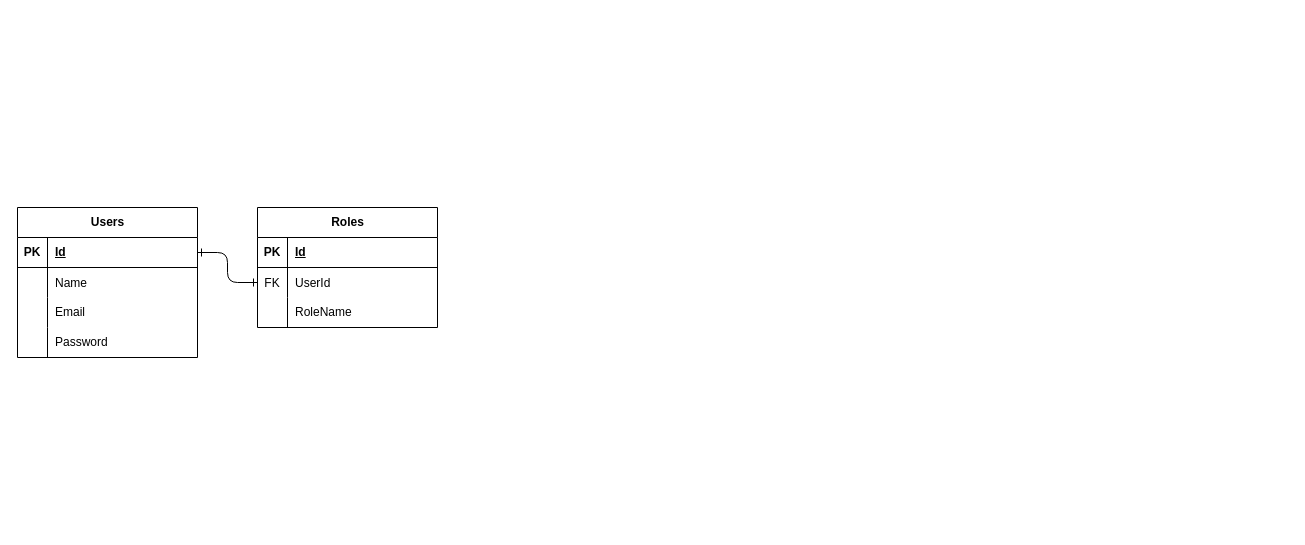
BleuSkell/windkracht12 keeps this draw.io diagram as database/erd.drawio. Above is the earlier version. Source tidied: cells renumbered, new cells numbered last; positions are measured from the earlier drawing's top-left corner, leaving out a move shared by most shapes. Both pictures are drawn from the tidied source at 100%, with x=0, y=0 at pixel (17, 207).
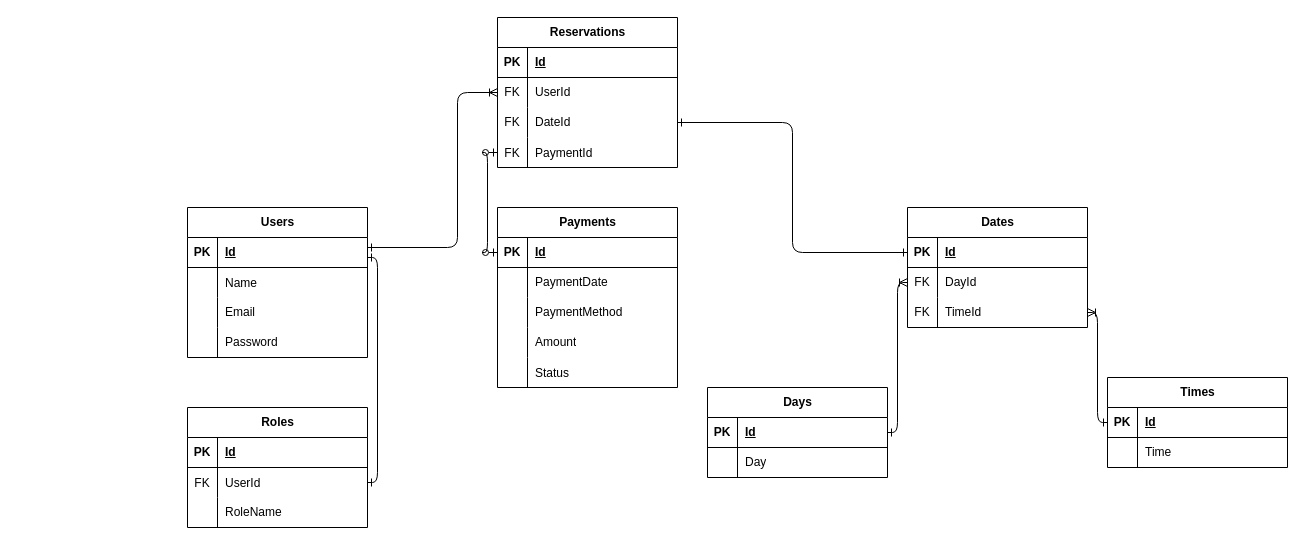
The same diagram, later.

Commit message:
erd finished

Unchanged cells that the change refers to:
```xml
<mxCell id="3" style="shape=tableRow;horizontal=0;startSize=0;swimlaneHead=0;swimlaneBody=0;fillColor=none;points=[[0,0.5],[1,0.5]];portConstraint=eastwest;top=0;left=0;right=0;bottom=1;" parent="2" vertex="1">
  <mxGeometry y="30" width="180" height="30" as="geometry" />
</mxCell>
<mxCell id="19" style="shape=tableRow;horizontal=0;startSize=0;swimlaneHead=0;swimlaneBody=0;fillColor=none;points=[[0,0.5],[1,0.5]];portConstraint=eastwest;top=0;left=0;right=0;bottom=0;" parent="15" vertex="1">
  <mxGeometry y="60" width="180" height="30" as="geometry" />
</mxCell>
```

Diff of the diagram source:
```diff
@@
     <mxCell id="2" value="Users" style="shape=table;startSize=30;childLayout=tableLayout;rowLines=0;fontStyle=1;align=center;html=1;" parent="1" vertex="1">
-      <mxGeometry width="180" height="150" as="geometry" />
+      <mxGeometry x="170" width="180" height="150" as="geometry" />
     </mxCell>
@@
     <mxCell id="15" value="Roles" style="shape=table;startSize=30;childLayout=tableLayout;rowLines=0;fontStyle=1;align=center;html=1;" parent="1" vertex="1">
-      <mxGeometry x="240" width="180" height="120" as="geometry" />
+      <mxGeometry x="170" y="200" width="180" height="120" as="geometry" />
     </mxCell>
@@
     <mxCell id="25" style="edgeStyle=orthogonalEdgeStyle;html=1;startArrow=ERone;startFill=0;endArrow=ERone;endFill=0;" parent="1" edge="1" source="3" target="19">
-      <mxGeometry relative="1" as="geometry" />
+      <mxGeometry relative="1" as="geometry">
+        <Array as="points">
+          <mxPoint x="360" y="50" />
+          <mxPoint x="360" y="275" />
+        </Array>
+      </mxGeometry>
     </mxCell>
+    <mxCell id="26" value="Reservations" style="shape=table;startSize=30;childLayout=tableLayout;rowLines=0;fontStyle=1;align=center;html=1;" parent="1" vertex="1">
+      <mxGeometry x="480" y="-190" width="180" height="150" as="geometry" />
+    </mxCell>
+    <mxCell id="27" style="shape=tableRow;horizontal=0;startSize=0;swimlaneHead=0;swimlaneBody=0;fillColor=none;top=0;left=0;right=0;bottom=1;" parent="26" vertex="1">
+      <mxGeometry y="30" width="180" height="30" as="geometry" />
+    </mxCell>
+    <mxCell id="28" value="PK" style="shape=partialRectangle;fillColor=none;top=0;left=0;bottom=0;right=0;fontStyle=1;overflow=hidden;whiteSpace=wrap;html=1;" parent="27" vertex="1">
+      <mxGeometry width="30" height="30" as="geometry" />
+    </mxCell>
+    <mxCell id="29" value="Id" style="shape=partialRectangle;fillColor=none;top=0;left=0;bottom=0;right=0;align=left;spacingLeft=6;fontStyle=5;overflow=hidden;whiteSpace=wrap;html=1;" parent="27" vertex="1">
+      <mxGeometry x="30" width="150" height="30" as="geometry" />
+    </mxCell>
+    <mxCell id="30" style="shape=tableRow;horizontal=0;startSize=0;swimlaneHead=0;swimlaneBody=0;fillColor=none;points=[[0,0.5],[1,0.5]];portConstraint=eastwest;top=0;left=0;right=0;bottom=0;" parent="26" vertex="1">
+      <mxGeometry y="60" width="180" height="30" as="geometry" />
+    </mxCell>
+    <mxCell id="31" value="FK" style="shape=partialRectangle;fillColor=none;top=0;left=0;bottom=0;right=0;overflow=hidden;whiteSpace=wrap;html=1;" parent="30" vertex="1">
+      <mxGeometry width="30" height="30" as="geometry" />
+    </mxCell>
+    <mxCell id="32" value="UserId" style="shape=partialRectangle;fillColor=none;top=0;left=0;bottom=0;right=0;align=left;spacingLeft=6;overflow=hidden;whiteSpace=wrap;html=1;" parent="30" vertex="1">
+      <mxGeometry x="30" width="150" height="30" as="geometry" />
+    </mxCell>
+    <mxCell id="33" style="shape=tableRow;horizontal=0;startSize=0;swimlaneHead=0;swimlaneBody=0;fillColor=none;points=[[0,0.5],[1,0.5]];portConstraint=eastwest;top=0;left=0;right=0;bottom=0;" parent="26" vertex="1">
+      <mxGeometry y="90" width="180" height="30" as="geometry" />
+    </mxCell>
+    <mxCell id="34" value="FK" style="shape=partialRectangle;fillColor=none;top=0;left=0;bottom=0;right=0;overflow=hidden;whiteSpace=wrap;html=1;" parent="33" vertex="1">
+      <mxGeometry width="30" height="30" as="geometry" />
+    </mxCell>
+    <mxCell id="35" value="DateId" style="shape=partialRectangle;fillColor=none;top=0;left=0;bottom=0;right=0;align=left;spacingLeft=6;overflow=hidden;whiteSpace=wrap;html=1;" parent="33" vertex="1">
+      <mxGeometry x="30" width="150" height="30" as="geometry" />
+    </mxCell>
+    <mxCell id="36" style="shape=tableRow;horizontal=0;startSize=0;swimlaneHead=0;swimlaneBody=0;fillColor=none;points=[[0,0.5],[1,0.5]];portConstraint=eastwest;top=0;left=0;right=0;bottom=0;" parent="26" vertex="1">
+      <mxGeometry y="120" width="180" height="30" as="geometry" />
+    </mxCell>
+    <mxCell id="37" value="FK" style="shape=partialRectangle;fillColor=none;top=0;left=0;bottom=0;right=0;overflow=hidden;" parent="36" vertex="1">
+      <mxGeometry width="30" height="30" as="geometry" />
+    </mxCell>
+    <mxCell id="38" value="PaymentId" style="shape=partialRectangle;fillColor=none;top=0;left=0;bottom=0;right=0;align=left;spacingLeft=6;overflow=hidden;" parent="36" vertex="1">
+      <mxGeometry x="30" width="150" height="30" as="geometry" />
+    </mxCell>
+    <mxCell id="39" value="Days" style="shape=table;startSize=30;childLayout=tableLayout;rowLines=0;fontStyle=1;align=center;html=1;" parent="1" vertex="1">
+      <mxGeometry x="690" y="180" width="180" height="90" as="geometry" />
+    </mxCell>
+    <mxCell id="40" style="shape=tableRow;horizontal=0;startSize=0;swimlaneHead=0;swimlaneBody=0;fillColor=none;points=[[0,0.5],[1,0.5]];portConstraint=eastwest;top=0;left=0;right=0;bottom=1;" parent="39" vertex="1">
+      <mxGeometry y="30" width="180" height="30" as="geometry" />
+    </mxCell>
+    <mxCell id="41" value="PK" style="shape=partialRectangle;fillColor=none;top=0;left=0;bottom=0;right=0;fontStyle=1;overflow=hidden;whiteSpace=wrap;html=1;" parent="40" vertex="1">
+      <mxGeometry width="30" height="30" as="geometry" />
+    </mxCell>
+    <mxCell id="42" value="Id" style="shape=partialRectangle;fillColor=none;top=0;left=0;bottom=0;right=0;align=left;spacingLeft=6;fontStyle=5;overflow=hidden;whiteSpace=wrap;html=1;" parent="40" vertex="1">
+      <mxGeometry x="30" width="150" height="30" as="geometry" />
+    </mxCell>
+    <mxCell id="43" style="shape=tableRow;horizontal=0;startSize=0;swimlaneHead=0;swimlaneBody=0;fillColor=none;top=0;left=0;right=0;bottom=0;" parent="39" vertex="1">
+      <mxGeometry y="60" width="180" height="30" as="geometry" />
+    </mxCell>
+    <mxCell id="44" style="shape=partialRectangle;fillColor=none;top=0;left=0;bottom=0;right=0;overflow=hidden;whiteSpace=wrap;html=1;" parent="43" vertex="1">
+      <mxGeometry width="30" height="30" as="geometry" />
+    </mxCell>
+    <mxCell id="45" value="Day" style="shape=partialRectangle;fillColor=none;top=0;left=0;bottom=0;right=0;align=left;spacingLeft=6;overflow=hidden;whiteSpace=wrap;html=1;" parent="43" vertex="1">
+      <mxGeometry x="30" width="150" height="30" as="geometry" />
+    </mxCell>
+    <mxCell id="46" style="edgeStyle=orthogonalEdgeStyle;html=1;startArrow=ERone;startFill=0;endArrow=ERoneToMany;endFill=0;" parent="1" edge="1" source="47" target="61">
+      <mxGeometry relative="1" as="geometry">
+        <Array as="points">
+          <mxPoint x="1080" y="215" />
+          <mxPoint x="1080" y="105" />
+        </Array>
+      </mxGeometry>
+    </mxCell>
+    <mxCell id="47" value="Times" style="shape=table;startSize=30;childLayout=tableLayout;rowLines=0;fontStyle=1;align=center;html=1;" parent="1" vertex="1">
+      <mxGeometry x="1090" y="170" width="180" height="90" as="geometry" />
+    </mxCell>
+    <mxCell id="48" style="shape=tableRow;horizontal=0;startSize=0;swimlaneHead=0;swimlaneBody=0;fillColor=none;top=0;left=0;right=0;bottom=1;" parent="47" vertex="1">
+      <mxGeometry y="30" width="180" height="30" as="geometry" />
+    </mxCell>
+    <mxCell id="49" value="PK" style="shape=partialRectangle;fillColor=none;top=0;left=0;bottom=0;right=0;fontStyle=1;overflow=hidden;whiteSpace=wrap;html=1;" parent="48" vertex="1">
+      <mxGeometry width="30" height="30" as="geometry" />
+    </mxCell>
+    <mxCell id="50" value="Id" style="shape=partialRectangle;fillColor=none;top=0;left=0;bottom=0;right=0;align=left;spacingLeft=6;fontStyle=5;overflow=hidden;whiteSpace=wrap;html=1;" parent="48" vertex="1">
+      <mxGeometry x="30" width="150" height="30" as="geometry" />
+    </mxCell>
+    <mxCell id="51" style="shape=tableRow;horizontal=0;startSize=0;swimlaneHead=0;swimlaneBody=0;fillColor=none;top=0;left=0;right=0;bottom=0;" parent="47" vertex="1">
+      <mxGeometry y="60" width="180" height="30" as="geometry" />
+    </mxCell>
+    <mxCell id="52" style="shape=partialRectangle;fillColor=none;top=0;left=0;bottom=0;right=0;overflow=hidden;whiteSpace=wrap;html=1;" parent="51" vertex="1">
+      <mxGeometry width="30" height="30" as="geometry" />
+    </mxCell>
+    <mxCell id="53" value="Time" style="shape=partialRectangle;fillColor=none;top=0;left=0;bottom=0;right=0;align=left;spacingLeft=6;overflow=hidden;whiteSpace=wrap;html=1;" parent="51" vertex="1">
+      <mxGeometry x="30" width="150" height="30" as="geometry" />
+    </mxCell>
+    <mxCell id="54" value="Dates" style="shape=table;startSize=30;childLayout=tableLayout;rowLines=0;fontStyle=1;align=center;html=1;" parent="1" vertex="1">
+      <mxGeometry x="890" width="180" height="120" as="geometry" />
+    </mxCell>
+    <mxCell id="55" style="shape=tableRow;horizontal=0;startSize=0;swimlaneHead=0;swimlaneBody=0;fillColor=none;points=[[0,0.5],[1,0.5]];portConstraint=eastwest;top=0;left=0;right=0;bottom=1;" parent="54" vertex="1">
+      <mxGeometry y="30" width="180" height="30" as="geometry" />
+    </mxCell>
+    <mxCell id="56" value="PK" style="shape=partialRectangle;fillColor=none;top=0;left=0;bottom=0;right=0;fontStyle=1;overflow=hidden;whiteSpace=wrap;html=1;" parent="55" vertex="1">
+      <mxGeometry width="30" height="30" as="geometry" />
+    </mxCell>
+    <mxCell id="57" value="Id" style="shape=partialRectangle;fillColor=none;top=0;left=0;bottom=0;right=0;align=left;spacingLeft=6;fontStyle=5;overflow=hidden;whiteSpace=wrap;html=1;" parent="55" vertex="1">
+      <mxGeometry x="30" width="150" height="30" as="geometry" />
+    </mxCell>
+    <mxCell id="58" style="shape=tableRow;horizontal=0;startSize=0;swimlaneHead=0;swimlaneBody=0;fillColor=none;points=[[0,0.5],[1,0.5]];portConstraint=eastwest;top=0;left=0;right=0;bottom=0;" parent="54" vertex="1">
+      <mxGeometry y="60" width="180" height="30" as="geometry" />
+    </mxCell>
+    <mxCell id="59" value="FK" style="shape=partialRectangle;fillColor=none;top=0;left=0;bottom=0;right=0;overflow=hidden;whiteSpace=wrap;html=1;" parent="58" vertex="1">
+      <mxGeometry width="30" height="30" as="geometry" />
+    </mxCell>
+    <mxCell id="60" value="DayId" style="shape=partialRectangle;fillColor=none;top=0;left=0;bottom=0;right=0;align=left;spacingLeft=6;overflow=hidden;whiteSpace=wrap;html=1;" parent="58" vertex="1">
+      <mxGeometry x="30" width="150" height="30" as="geometry" />
+    </mxCell>
+    <mxCell id="61" style="shape=tableRow;horizontal=0;startSize=0;swimlaneHead=0;swimlaneBody=0;fillColor=none;points=[[0,0.5],[1,0.5]];portConstraint=eastwest;top=0;left=0;right=0;bottom=0;" parent="54" vertex="1">
+      <mxGeometry y="90" width="180" height="30" as="geometry" />
+    </mxCell>
+    <mxCell id="62" value="FK" style="shape=partialRectangle;fillColor=none;top=0;left=0;bottom=0;right=0;overflow=hidden;whiteSpace=wrap;html=1;" parent="61" vertex="1">
+      <mxGeometry width="30" height="30" as="geometry" />
+    </mxCell>
+    <mxCell id="63" value="TimeId" style="shape=partialRectangle;fillColor=none;top=0;left=0;bottom=0;right=0;align=left;spacingLeft=6;overflow=hidden;whiteSpace=wrap;html=1;" parent="61" vertex="1">
+      <mxGeometry x="30" width="150" height="30" as="geometry" />
+    </mxCell>
+    <mxCell id="64" style="edgeStyle=orthogonalEdgeStyle;html=1;endArrow=ERoneToMany;endFill=0;startArrow=ERone;startFill=0;" parent="1" edge="1" source="40" target="58">
+      <mxGeometry relative="1" as="geometry" />
+    </mxCell>
+    <mxCell id="65" style="edgeStyle=orthogonalEdgeStyle;html=1;startArrow=ERone;startFill=0;endArrow=ERoneToMany;endFill=0;" parent="1" edge="1" source="3" target="30">
+      <mxGeometry relative="1" as="geometry">
+        <Array as="points">
+          <mxPoint x="440" y="40" />
+          <mxPoint x="440" y="-115" />
+        </Array>
+      </mxGeometry>
+    </mxCell>
+    <mxCell id="66" style="edgeStyle=orthogonalEdgeStyle;html=1;startArrow=ERone;startFill=0;endArrow=ERone;endFill=0;" parent="1" edge="1" source="55" target="33">
+      <mxGeometry relative="1" as="geometry" />
+    </mxCell>
+    <mxCell id="67" value="Payments" style="shape=table;startSize=30;childLayout=tableLayout;rowLines=0;fontStyle=1;align=center;html=1;" parent="1" vertex="1">
+      <mxGeometry x="480" width="180" height="180" as="geometry" />
+    </mxCell>
+    <mxCell id="68" style="shape=tableRow;horizontal=0;startSize=0;swimlaneHead=0;swimlaneBody=0;fillColor=none;points=[[0,0.5],[1,0.5]];portConstraint=eastwest;top=0;left=0;right=0;bottom=1;" parent="67" vertex="1">
+      <mxGeometry y="30" width="180" height="30" as="geometry" />
+    </mxCell>
+    <mxCell id="69" value="PK" style="shape=partialRectangle;fillColor=none;top=0;left=0;bottom=0;right=0;fontStyle=1;overflow=hidden;whiteSpace=wrap;html=1;" parent="68" vertex="1">
+      <mxGeometry width="30" height="30" as="geometry" />
+    </mxCell>
+    <mxCell id="70" value="Id" style="shape=partialRectangle;fillColor=none;top=0;left=0;bottom=0;right=0;align=left;spacingLeft=6;fontStyle=5;overflow=hidden;whiteSpace=wrap;html=1;" parent="68" vertex="1">
+      <mxGeometry x="30" width="150" height="30" as="geometry" />
+    </mxCell>
+    <mxCell id="71" style="shape=tableRow;horizontal=0;startSize=0;swimlaneHead=0;swimlaneBody=0;fillColor=none;top=0;left=0;right=0;bottom=0;" parent="67" vertex="1">
+      <mxGeometry y="60" width="180" height="30" as="geometry" />
+    </mxCell>
+    <mxCell id="72" style="shape=partialRectangle;fillColor=none;top=0;left=0;bottom=0;right=0;overflow=hidden;whiteSpace=wrap;html=1;" parent="71" vertex="1">
+      <mxGeometry width="30" height="30" as="geometry" />
+    </mxCell>
+    <mxCell id="73" value="PaymentDate" style="shape=partialRectangle;fillColor=none;top=0;left=0;bottom=0;right=0;align=left;spacingLeft=6;overflow=hidden;whiteSpace=wrap;html=1;" parent="71" vertex="1">
+      <mxGeometry x="30" width="150" height="30" as="geometry" />
+    </mxCell>
+    <mxCell id="74" style="shape=tableRow;horizontal=0;startSize=0;swimlaneHead=0;swimlaneBody=0;fillColor=none;top=0;left=0;right=0;bottom=0;" parent="67" vertex="1">
+      <mxGeometry y="90" width="180" height="30" as="geometry" />
+    </mxCell>
+    <mxCell id="75" style="shape=partialRectangle;fillColor=none;top=0;left=0;bottom=0;right=0;overflow=hidden;whiteSpace=wrap;html=1;" parent="74" vertex="1">
+      <mxGeometry width="30" height="30" as="geometry" />
+    </mxCell>
+    <mxCell id="76" value="PaymentMethod" style="shape=partialRectangle;fillColor=none;top=0;left=0;bottom=0;right=0;align=left;spacingLeft=6;overflow=hidden;whiteSpace=wrap;html=1;" parent="74" vertex="1">
+      <mxGeometry x="30" width="150" height="30" as="geometry" />
+    </mxCell>
+    <mxCell id="77" style="shape=tableRow;horizontal=0;startSize=0;swimlaneHead=0;swimlaneBody=0;fillColor=none;top=0;left=0;right=0;bottom=0;" parent="67" vertex="1">
+      <mxGeometry y="120" width="180" height="30" as="geometry" />
+    </mxCell>
+    <mxCell id="78" style="shape=partialRectangle;fillColor=none;top=0;left=0;bottom=0;right=0;overflow=hidden;whiteSpace=wrap;html=1;" parent="77" vertex="1">
+      <mxGeometry width="30" height="30" as="geometry" />
+    </mxCell>
+    <mxCell id="79" value="Amount" style="shape=partialRectangle;fillColor=none;top=0;left=0;bottom=0;right=0;align=left;spacingLeft=6;overflow=hidden;whiteSpace=wrap;html=1;" parent="77" vertex="1">
+      <mxGeometry x="30" width="150" height="30" as="geometry" />
+    </mxCell>
+    <mxCell id="80" style="shape=tableRow;horizontal=0;startSize=0;swimlaneHead=0;swimlaneBody=0;fillColor=none;top=0;left=0;right=0;bottom=0;" parent="67" vertex="1">
+      <mxGeometry y="150" width="180" height="30" as="geometry" />
+    </mxCell>
+    <mxCell id="81" style="shape=partialRectangle;fillColor=none;top=0;left=0;bottom=0;right=0;overflow=hidden;" parent="80" vertex="1">
+      <mxGeometry width="30" height="30" as="geometry" />
+    </mxCell>
+    <mxCell id="82" value="Status" style="shape=partialRectangle;fillColor=none;top=0;left=0;bottom=0;right=0;align=left;spacingLeft=6;overflow=hidden;" parent="80" vertex="1">
+      <mxGeometry x="30" width="150" height="30" as="geometry" />
+    </mxCell>
+    <mxCell id="83" style="edgeStyle=orthogonalEdgeStyle;html=1;startArrow=ERzeroToOne;startFill=0;endArrow=ERzeroToOne;endFill=0;" parent="1" edge="1" source="68" target="36">
+      <mxGeometry relative="1" as="geometry">
+        <Array as="points">
+          <mxPoint x="470" y="45" />
+          <mxPoint x="470" y="-55" />
+        </Array>
+      </mxGeometry>
+    </mxCell>
```
